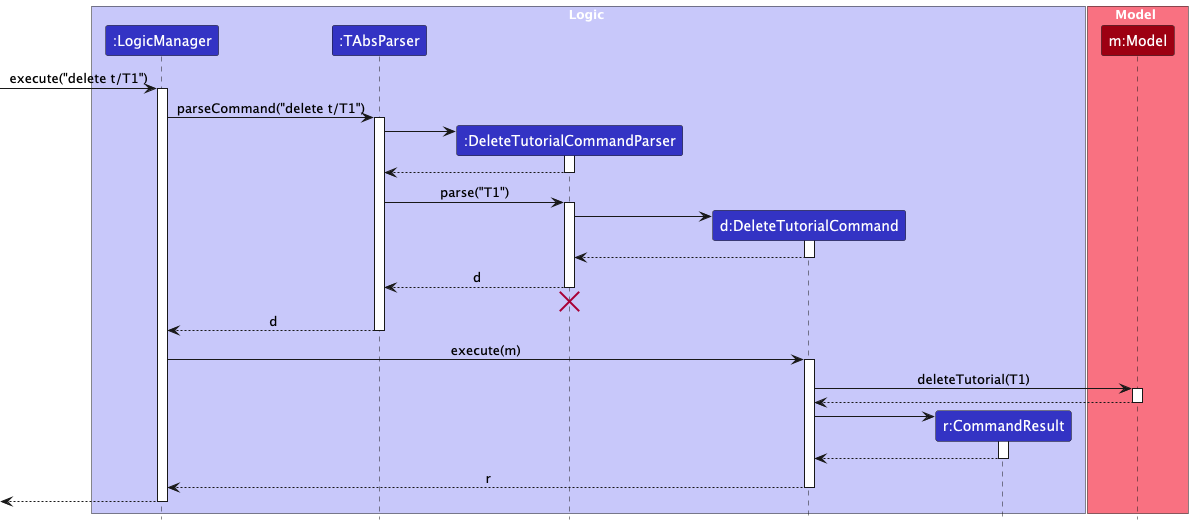
This is docs/images/UpdatedDeleteSequenceDiagram.png from AY2526S1-CS2103T-T12-2/tp, a PlantUML export, as it was before one commit. Its diagram source:
```plantuml
@startuml
!include style.puml
skinparam ArrowFontStyle plain

box Logic LOGIC_COLOR_T1
participant ":LogicManager" as LogicManager LOGIC_COLOR
participant ":TAbsParser" as TAbsParser LOGIC_COLOR
participant ":DeleteTutorialCommandParser" as DeleteTutorialCommandParser LOGIC_COLOR
participant "d:DeleteTutorialCommand" as DeleteTutorialCommand LOGIC_COLOR
participant "r:CommandResult" as CommandResult LOGIC_COLOR
end box

box Model MODEL_COLOR_T1
participant "m:Model" as Model MODEL_COLOR
end box

[-> LogicManager : execute("delete t/T1")
activate LogicManager

LogicManager -> TAbsParser : parseCommand("delete t/T1")
activate TAbsParser

create DeleteTutorialCommandParser
TAbsParser -> DeleteTutorialCommandParser
activate DeleteTutorialCommandParser

DeleteTutorialCommandParser --> TAbsParser
deactivate DeleteTutorialCommandParser

TAbsParser -> DeleteTutorialCommandParser : parse("T1")
activate DeleteTutorialCommandParser

create DeleteTutorialCommand
DeleteTutorialCommandParser -> DeleteTutorialCommand
activate DeleteTutorialCommand

DeleteTutorialCommand --> DeleteTutorialCommandParser :
deactivate DeleteTutorialCommand

DeleteTutorialCommandParser --> TAbsParser : d
deactivate DeleteTutorialCommandParser
DeleteTutorialCommandParser -[hidden]-> TAbsParser
destroy DeleteTutorialCommandParser

TAbsParser --> LogicManager : d
deactivate TAbsParser

LogicManager -> DeleteTutorialCommand : execute(m)
activate DeleteTutorialCommand

DeleteTutorialCommand -> Model : deleteTutorial(T1)
activate Model

Model --> DeleteTutorialCommand
deactivate Model

create CommandResult
DeleteTutorialCommand -> CommandResult
activate CommandResult

CommandResult --> DeleteTutorialCommand
deactivate CommandResult

DeleteTutorialCommand --> LogicManager : r
deactivate DeleteTutorialCommand

[<--LogicManager
deactivate LogicManager
@enduml
```
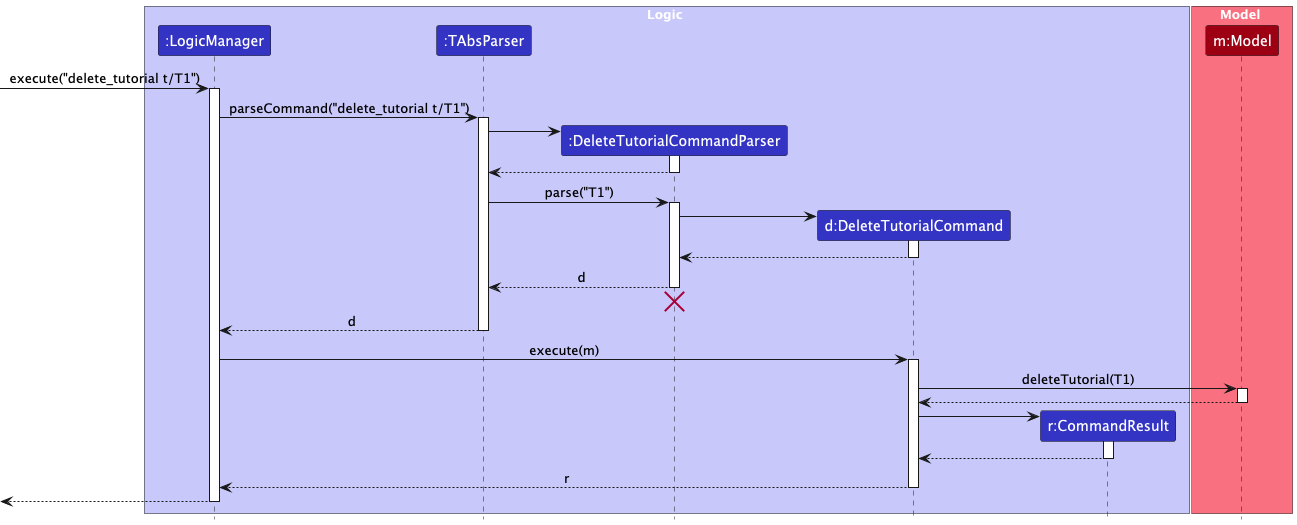
Later version of the same file.

Commit message:
Fix Delete sequence diagram

The edit, as a diff of the source:
```diff
@@ -14,10 +14,10 @@
 participant "m:Model" as Model MODEL_COLOR
 end box
 
-[-> LogicManager : execute("delete t/T1")
+[-> LogicManager : execute("delete_tutorial t/T1")
 activate LogicManager
 
-LogicManager -> TAbsParser : parseCommand("delete t/T1")
+LogicManager -> TAbsParser : parseCommand("delete_tutorial t/T1")
 activate TAbsParser
 
 create DeleteTutorialCommandParser
```
